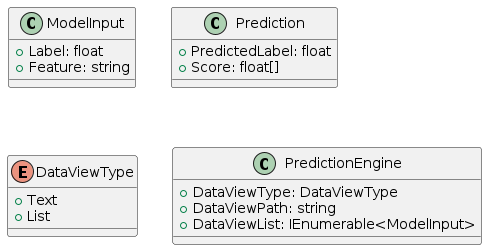
Before: Docs/ClassDiagram.png, a diagram exported from PlantUML (VeritasSoftware/WebsiteAIAssistant).
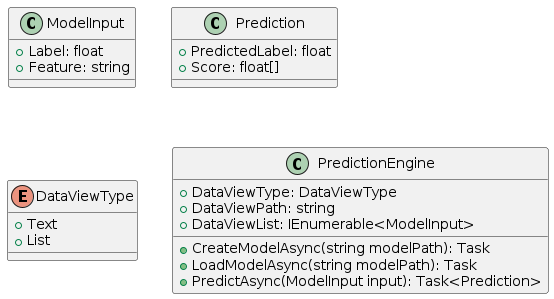
After the commit.

Commit message:
updated class diagram

Change to the diagram source:
```diff
@@ -22,5 +22,9 @@
   + DataViewType: DataViewType
   + DataViewPath: string
   + DataViewList: IEnumerable<ModelInput>
+
+  + CreateModelAsync(string modelPath): Task
+  + LoadModelAsync(string modelPath): Task
+  + PredictAsync(ModelInput input): Task<Prediction>
 }
 @enduml
```
